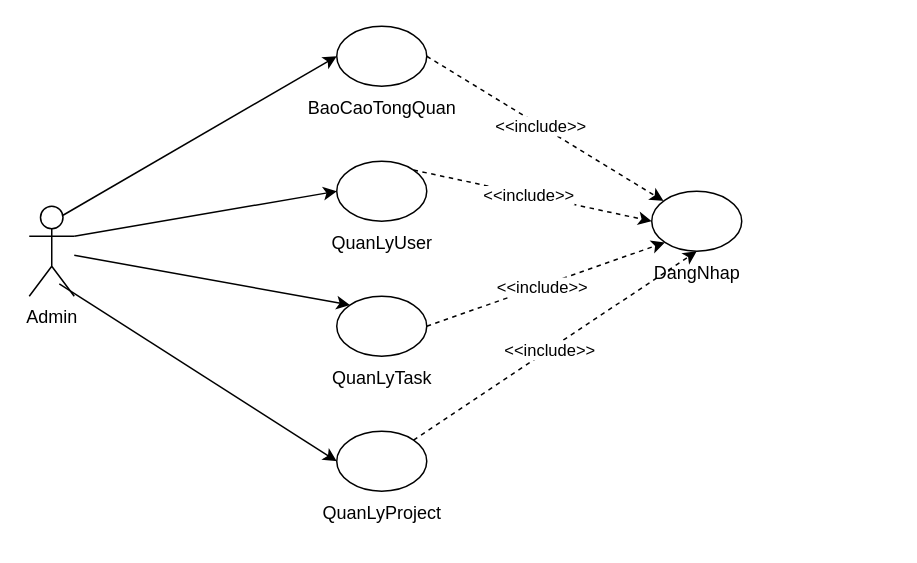
This is page "UC Admin" (4 of 6) of Báo Cáo/UC/college.drawio from chickenlazy/college, a draw.io file, before an edit. Source tidied: cells renumbered, new cells numbered last; positions are measured from the earlier drawing's top-left corner, leaving out a move shared by most shapes. Both pictures are drawn from the tidied source at 150%, with x=0, y=0 at pixel (28, 26).
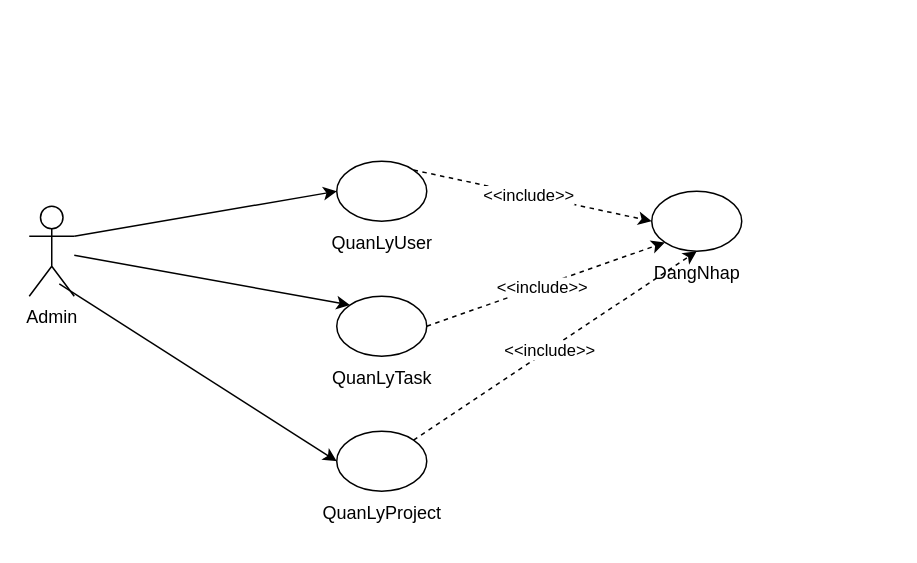
After the change.

Unchanged cells that the change refers to:
```xml
<mxCell id="2" style="group;" parent="1" vertex="1">
  <mxGeometry width="575" height="340" as="geometry" />
</mxCell>
<mxCell id="3" value="Admin&lt;div&gt;&lt;br&gt;&lt;/div&gt;" style="shape=umlActor;verticalLabelPosition=bottom;verticalAlign=top;html=1;outlineConnect=0;" parent="2" vertex="1">
  <mxGeometry y="120" width="30" height="60" as="geometry" />
</mxCell>
<mxCell id="21" style="ellipse;whiteSpace=wrap;html=1;" parent="20" vertex="1">
  <mxGeometry x="50" width="60" height="40" as="geometry" />
</mxCell>
```

The edit, as a diff of the source:
```diff
@@
-    <mxCell id="7" style="group;" parent="2" vertex="1">
-      <mxGeometry x="155" width="160" height="110" as="geometry" />
-    </mxCell>
-    <mxCell id="8" style="ellipse;whiteSpace=wrap;html=1;" parent="7" vertex="1">
-      <mxGeometry x="50" width="60" height="40" as="geometry" />
-    </mxCell>
-    <mxCell id="9" value="BaoCaoTongQuan" style="text;html=1;align=center;verticalAlign=middle;strokeColor=none;fillColor=none;" parent="7" vertex="1">
-      <mxGeometry x="20" y="40" width="120" height="30" as="geometry" />
-    </mxCell>
@@
-    <mxCell id="16" style="endArrow=classic;html=1;rounded=0;entryX=0;entryY=0.5;entryDx=0;entryDy=0;exitX=0.75;exitY=0.1;exitDx=0;exitDy=0;exitPerimeter=0;" parent="2" edge="1" source="3" target="8">
-      <mxGeometry relative="1" as="geometry" />
-    </mxCell>
@@
-    <mxCell id="23" style="endArrow=classic;html=1;rounded=0;dashed=1;exitX=1;exitY=0.5;exitDx=0;exitDy=0;" parent="2" edge="1" source="8" target="21">
-      <mxGeometry relative="1" as="geometry" />
-    </mxCell>
-    <mxCell id="24" value="&amp;lt;&amp;lt;include&amp;gt;&amp;gt;" style="edgeLabel;html=1;align=center;verticalAlign=middle;" parent="23" vertex="1">
-      <mxGeometry x="-0.04" relative="1" as="geometry" />
-    </mxCell>
```
